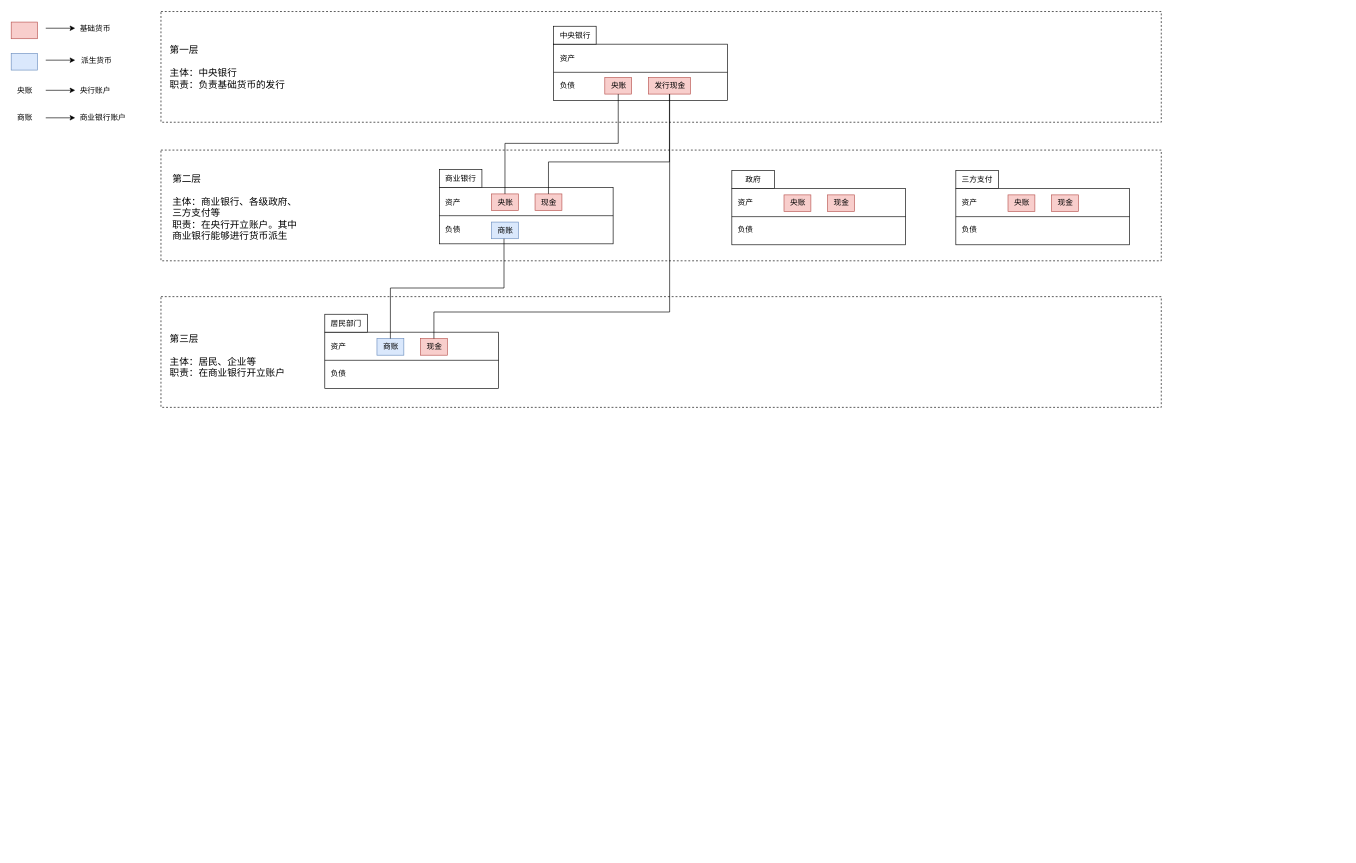
Above: 信用货币体系.drawio in AngLI1992/draw.io (draw.io), before the change. Source tidied: cells renumbered, new cells numbered last; positions are measured from the earlier drawing's top-left corner, leaving out a move shared by most shapes. Both pictures are drawn from the tidied source at 64%, with x=0, y=0 at pixel (11, 12).
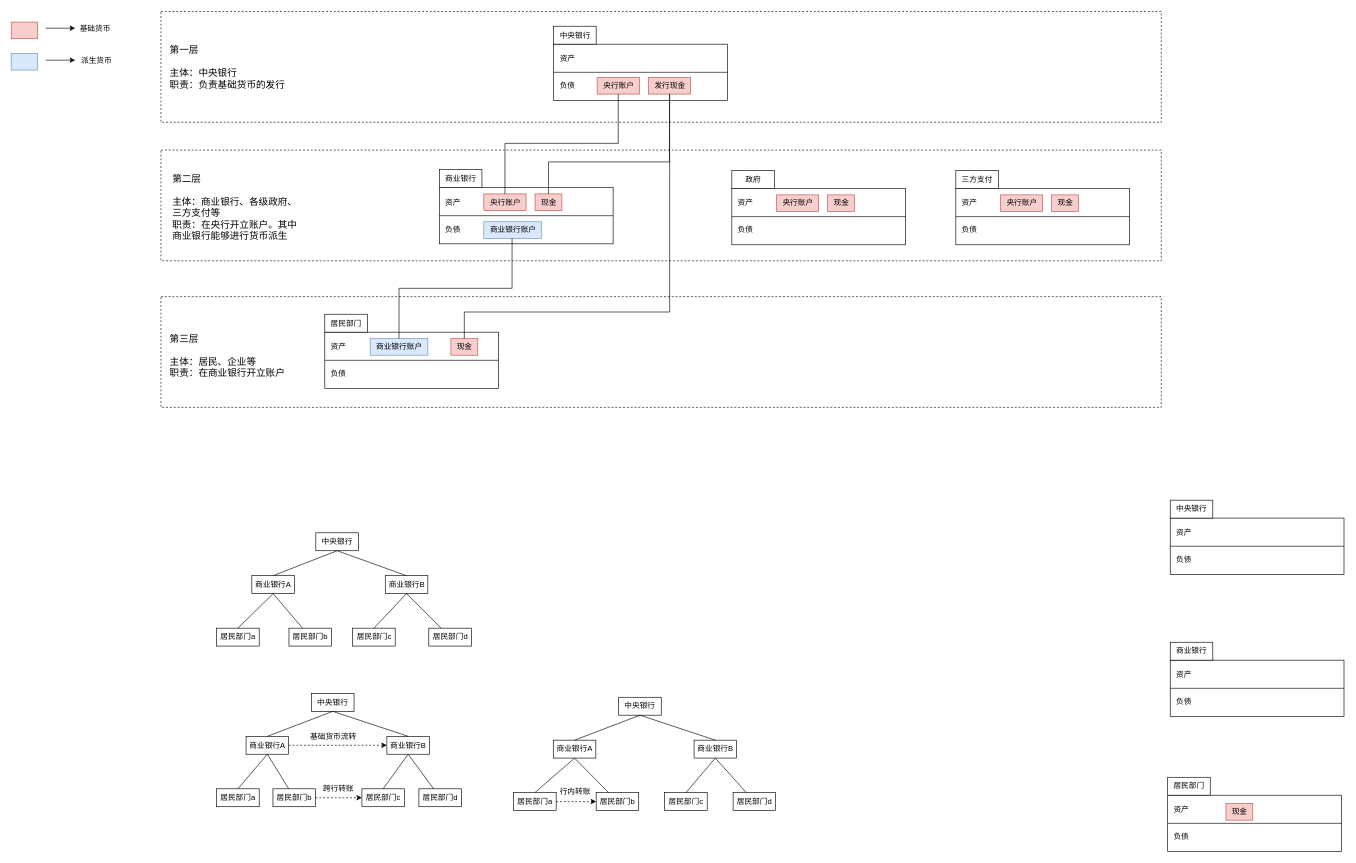
The same page after the edit.

Commit message (it also covers changes not shown here):
更新信用货币体系.drawio

The change refers to these unchanged cells:
```xml
<mxCell id="19" value="发行现金" style="text;html=1;align=center;verticalAlign=middle;points=[];strokeColor=#b85450;fillColor=#f8cecc;" parent="1" vertex="1">
  <mxGeometry x="995.5" y="102.5" width="66" height="26" as="geometry" />
</mxCell>
```

The edit, as a diff of the source:
```diff
@@
-    <mxCell id="10" value="央账" style="text;html=1;align=center;verticalAlign=middle;points=[];strokeColor=#b85450;fillColor=#f8cecc;" parent="1" vertex="1">
-      <mxGeometry x="750.5" y="284.5" width="42" height="26" as="geometry" />
+    <mxCell id="10" value="央行账户" style="text;html=1;align=center;verticalAlign=middle;points=[];strokeColor=#b85450;fillColor=#f8cecc;" parent="1" vertex="1">
+      <mxGeometry x="738.5" y="284.5" width="66" height="26" as="geometry" />
     </mxCell>
@@
-    <mxCell id="12" value="商账" style="text;html=1;align=center;verticalAlign=middle;points=[];strokeColor=#6c8ebf;fillColor=#dae8fc;" parent="1" vertex="1">
-      <mxGeometry x="750.5" y="328.5" width="42" height="26" as="geometry" />
+    <mxCell id="12" value="商业银行账户" style="text;html=1;align=center;verticalAlign=middle;points=[];strokeColor=#6c8ebf;fillColor=#dae8fc;" parent="1" vertex="1">
+      <mxGeometry x="738.5" y="328" width="90" height="26" as="geometry" />
     </mxCell>
@@
-    <mxCell id="18" value="央账" style="text;html=1;align=center;verticalAlign=middle;points=[];strokeColor=#b85450;fillColor=#f8cecc;" parent="1" vertex="1">
-      <mxGeometry x="927.5" y="102.5" width="42" height="26" as="geometry" />
+    <mxCell id="18" value="央行账户" style="text;html=1;align=center;verticalAlign=middle;points=[];strokeColor=#b85450;fillColor=#f8cecc;" parent="1" vertex="1">
+      <mxGeometry x="915.5" y="102.5" width="66" height="26" as="geometry" />
     </mxCell>
@@
-    <mxCell id="27" value="商账" style="text;html=1;align=center;verticalAlign=middle;points=[];strokeColor=#6c8ebf;fillColor=#dae8fc;" parent="1" vertex="1">
-      <mxGeometry x="571.5" y="510.5" width="42" height="26" as="geometry" />
+    <mxCell id="27" value="商业银行账户" style="text;html=1;align=center;verticalAlign=middle;points=[];strokeColor=#6c8ebf;fillColor=#dae8fc;" parent="1" vertex="1">
+      <mxGeometry x="561" y="510.5" width="90" height="26" as="geometry" />
     </mxCell>
     <mxCell id="28" value="现金" style="text;html=1;align=center;verticalAlign=middle;points=[];strokeColor=#b85450;fillColor=#f8cecc;" parent="1" vertex="1">
-      <mxGeometry x="639.5" y="510.5" width="42" height="26" as="geometry" />
+      <mxGeometry x="687" y="510.5" width="42" height="26" as="geometry" />
     </mxCell>
-    <mxCell id="29" style="edgeStyle=orthogonalEdgeStyle;rounded=0;jettySize=auto;html=1;startArrow=none;startFill=0;endArrow=none;endFill=0;" parent="1" edge="1" source="27">
+    <mxCell id="29" style="edgeStyle=orthogonalEdgeStyle;rounded=0;jettySize=auto;html=1;startArrow=none;startFill=0;endArrow=none;endFill=0;entryX=0.49;entryY=0.987;entryDx=0;entryDy=0;entryPerimeter=0;" parent="1" edge="1" source="27" target="12">
       <mxGeometry relative="1" as="geometry">
-        <mxPoint x="770" y="354.5" as="targetPoint" />
         <Array as="points">
-          <mxPoint x="592.5" y="431.5" />
-          <mxPoint x="769.5" y="431.5" />
+          <mxPoint x="606" y="432" />
+          <mxPoint x="783" y="432" />
         </Array>
       </mxGeometry>
     </mxCell>
     <mxCell id="30" style="edgeStyle=orthogonalEdgeStyle;rounded=0;jettySize=auto;html=1;entryX=0.505;entryY=1;entryDx=0;entryDy=0;entryPerimeter=0;endArrow=none;endFill=0;" parent="1" edge="1" source="28" target="19">
       <mxGeometry relative="1" as="geometry">
         <Array as="points">
-          <mxPoint x="661" y="469" />
+          <mxPoint x="708" y="469" />
           <mxPoint x="1029" y="469" />
         </Array>
       </mxGeometry>
     </mxCell>
@@
-    <mxCell id="40" value="央账" style="text;html=1;align=center;verticalAlign=middle;strokeColor=#b85450;fillColor=#f8cecc;" parent="1" vertex="1">
-      <mxGeometry x="1207.5" y="286" width="42" height="26" as="geometry" />
+    <mxCell id="40" value="央行账户" style="text;html=1;align=center;verticalAlign=middle;strokeColor=#b85450;fillColor=#f8cecc;" parent="1" vertex="1">
+      <mxGeometry x="1195.5" y="286" width="66" height="26" as="geometry" />
     </mxCell>
@@
-    <mxCell id="47" value="央账" style="text;html=1;align=center;verticalAlign=middle;strokeColor=#b85450;fillColor=#f8cecc;" parent="1" vertex="1">
-      <mxGeometry x="1557.5" y="286" width="42" height="26" as="geometry" />
+    <mxCell id="47" value="央行账户" style="text;html=1;align=center;verticalAlign=middle;strokeColor=#b85450;fillColor=#f8cecc;" parent="1" vertex="1">
+      <mxGeometry x="1545.5" y="286" width="66" height="26" as="geometry" />
     </mxCell>
@@
-    <mxCell id="52" value="央账" style="text;html=1;align=center;verticalAlign=middle;strokeColor=none;fillColor=none;" parent="1" vertex="1">
-      <mxGeometry y="110" width="42" height="26" as="geometry" />
-    </mxCell>
-    <mxCell id="53" value="央行账户" style="text;html=1;align=center;verticalAlign=middle;strokeColor=none;fillColor=none;" parent="1" vertex="1">
-      <mxGeometry x="98" y="110" width="66" height="26" as="geometry" />
-    </mxCell>
-    <mxCell id="54" value="商账" style="text;html=1;align=center;verticalAlign=middle;strokeColor=none;fillColor=none;" parent="1" vertex="1">
-      <mxGeometry y="153" width="42" height="26" as="geometry" />
-    </mxCell>
-    <mxCell id="55" value="商业银行账户" style="text;html=1;align=center;verticalAlign=middle;strokeColor=none;fillColor=none;" parent="1" vertex="1">
-      <mxGeometry x="98" y="153" width="90" height="26" as="geometry" />
-    </mxCell>
-    <mxCell id="56" style="endArrow=classic;html=1;rounded=0;" parent="1" edge="1">
-      <mxGeometry relative="1" as="geometry">
-        <mxPoint x="54" y="165.6" as="sourcePoint" />
-        <mxPoint x="100" y="165.6" as="targetPoint" />
-      </mxGeometry>
-    </mxCell>
-    <mxCell id="57" style="endArrow=classic;html=1;rounded=0;" parent="1" edge="1">
-      <mxGeometry relative="1" as="geometry">
-        <mxPoint x="54" y="122.6" as="sourcePoint" />
-        <mxPoint x="100" y="122.6" as="targetPoint" />
-      </mxGeometry>
-    </mxCell>
@@
+    <mxCell id="60" value="中央银行" style="rounded=0;whiteSpace=wrap;html=1;" parent="1" vertex="1">
+      <mxGeometry x="476" y="814" width="66.5" height="28" as="geometry" />
+    </mxCell>
+    <mxCell id="61" value="商业银行A" style="rounded=0;whiteSpace=wrap;html=1;" parent="1" vertex="1">
+      <mxGeometry x="376" y="881" width="66.5" height="28" as="geometry" />
+    </mxCell>
+    <mxCell id="62" value="居民部门a" style="rounded=0;whiteSpace=wrap;html=1;" parent="1" vertex="1">
+      <mxGeometry x="321" y="963" width="66.5" height="28" as="geometry" />
+    </mxCell>
+    <mxCell id="63" style="endArrow=none;html=1;rounded=0;exitX=0.5;exitY=0;exitDx=0;exitDy=0;entryX=0.5;entryY=1;entryDx=0;entryDy=0;" parent="1" edge="1" source="61" target="60">
+      <mxGeometry relative="1" as="geometry" />
+    </mxCell>
+    <mxCell id="64" style="endArrow=none;html=1;rounded=0;entryX=0.5;entryY=1;entryDx=0;entryDy=0;exitX=0.5;exitY=0;exitDx=0;exitDy=0;" parent="1" edge="1" source="62" target="61">
+      <mxGeometry relative="1" as="geometry" />
+    </mxCell>
+    <mxCell id="65" value="居民部门b" style="rounded=0;whiteSpace=wrap;html=1;" parent="1" vertex="1">
+      <mxGeometry x="434" y="963" width="66.5" height="28" as="geometry" />
+    </mxCell>
+    <mxCell id="66" style="endArrow=none;html=1;rounded=0;entryX=0.5;entryY=1;entryDx=0;entryDy=0;" parent="1" edge="1" source="65" target="61">
+      <mxGeometry relative="1" as="geometry" />
+    </mxCell>
+    <mxCell id="67" value="商业银行B" style="rounded=0;whiteSpace=wrap;html=1;" parent="1" vertex="1">
+      <mxGeometry x="584.5" y="881" width="66.5" height="28" as="geometry" />
+    </mxCell>
+    <mxCell id="68" value="居民部门c" style="rounded=0;whiteSpace=wrap;html=1;" parent="1" vertex="1">
+      <mxGeometry x="533.5" y="963" width="66.5" height="28" as="geometry" />
+    </mxCell>
+    <mxCell id="69" style="endArrow=none;html=1;rounded=0;exitX=0.5;exitY=0;exitDx=0;exitDy=0;entryX=0.5;entryY=1;entryDx=0;entryDy=0;" parent="1" edge="1" source="67" target="60">
+      <mxGeometry relative="1" as="geometry" />
+    </mxCell>
+    <mxCell id="70" style="endArrow=none;html=1;rounded=0;entryX=0.5;entryY=1;entryDx=0;entryDy=0;exitX=0.5;exitY=0;exitDx=0;exitDy=0;" parent="1" edge="1" source="68" target="67">
+      <mxGeometry relative="1" as="geometry" />
+    </mxCell>
+    <mxCell id="71" value="居民部门d" style="rounded=0;whiteSpace=wrap;html=1;" parent="1" vertex="1">
+      <mxGeometry x="652.5" y="963" width="66.5" height="28" as="geometry" />
+    </mxCell>
+    <mxCell id="72" style="endArrow=none;html=1;rounded=0;entryX=0.5;entryY=1;entryDx=0;entryDy=0;" parent="1" edge="1" source="71" target="67">
+      <mxGeometry relative="1" as="geometry" />
+    </mxCell>
+    <mxCell id="73" value="中央银行" style="rounded=0;whiteSpace=wrap;html=1;" parent="1" vertex="1">
+      <mxGeometry x="469.2" y="1065" width="66.5" height="28" as="geometry" />
+    </mxCell>
+    <mxCell id="74" style="edgeStyle=orthogonalEdgeStyle;rounded=0;jettySize=auto;html=1;exitX=1;exitY=0.5;exitDx=0;exitDy=0;dashed=1;" parent="1" edge="1" source="75" target="81">
+      <mxGeometry relative="1" as="geometry" />
+    </mxCell>
+    <mxCell id="75" value="商业银行A" style="rounded=0;whiteSpace=wrap;html=1;" parent="1" vertex="1">
+      <mxGeometry x="367" y="1132" width="66.5" height="28" as="geometry" />
+    </mxCell>
+    <mxCell id="76" value="居民部门a" style="rounded=0;whiteSpace=wrap;html=1;" parent="1" vertex="1">
+      <mxGeometry x="321" y="1214" width="66.5" height="28" as="geometry" />
+    </mxCell>
+    <mxCell id="77" style="endArrow=none;html=1;rounded=0;exitX=0.5;exitY=0;exitDx=0;exitDy=0;entryX=0.5;entryY=1;entryDx=0;entryDy=0;" parent="1" edge="1" source="75" target="73">
+      <mxGeometry relative="1" as="geometry" />
+    </mxCell>
+    <mxCell id="78" style="endArrow=none;html=1;rounded=0;entryX=0.5;entryY=1;entryDx=0;entryDy=0;exitX=0.5;exitY=0;exitDx=0;exitDy=0;" parent="1" edge="1" source="76" target="75">
+      <mxGeometry relative="1" as="geometry" />
+    </mxCell>
+    <mxCell id="79" value="居民部门b" style="rounded=0;whiteSpace=wrap;html=1;" parent="1" vertex="1">
+      <mxGeometry x="409" y="1214" width="66.5" height="28" as="geometry" />
+    </mxCell>
+    <mxCell id="80" style="endArrow=none;html=1;rounded=0;entryX=0.5;entryY=1;entryDx=0;entryDy=0;" parent="1" edge="1" source="79" target="75">
+      <mxGeometry relative="1" as="geometry" />
+    </mxCell>
+    <mxCell id="81" value="商业银行B" style="rounded=0;whiteSpace=wrap;html=1;" parent="1" vertex="1">
+      <mxGeometry x="587" y="1132" width="66.5" height="28" as="geometry" />
+    </mxCell>
+    <mxCell id="82" value="居民部门c" style="rounded=0;whiteSpace=wrap;html=1;" parent="1" vertex="1">
+      <mxGeometry x="548" y="1214" width="66.5" height="28" as="geometry" />
+    </mxCell>
+    <mxCell id="83" style="endArrow=none;html=1;rounded=0;exitX=0.5;exitY=0;exitDx=0;exitDy=0;entryX=0.5;entryY=1;entryDx=0;entryDy=0;" parent="1" edge="1" source="81" target="73">
+      <mxGeometry relative="1" as="geometry" />
+    </mxCell>
+    <mxCell id="84" style="endArrow=none;html=1;rounded=0;entryX=0.5;entryY=1;entryDx=0;entryDy=0;exitX=0.5;exitY=0;exitDx=0;exitDy=0;" parent="1" edge="1" source="82" target="81">
+      <mxGeometry relative="1" as="geometry" />
+    </mxCell>
+    <mxCell id="85" value="居民部门d" style="rounded=0;whiteSpace=wrap;html=1;" parent="1" vertex="1">
+      <mxGeometry x="637" y="1214" width="66.5" height="28" as="geometry" />
+    </mxCell>
+    <mxCell id="86" style="endArrow=none;html=1;rounded=0;entryX=0.5;entryY=1;entryDx=0;entryDy=0;" parent="1" edge="1" source="85" target="81">
+      <mxGeometry relative="1" as="geometry" />
+    </mxCell>
+    <mxCell id="87" value="基础货币流转" style="text;html=1;align=center;verticalAlign=middle;strokeColor=none;fillColor=none;" parent="1" vertex="1">
+      <mxGeometry x="457.5" y="1120" width="90" height="26" as="geometry" />
+    </mxCell>
+    <mxCell id="88" style="edgeStyle=orthogonalEdgeStyle;rounded=0;jettySize=auto;html=1;exitX=1;exitY=0.5;exitDx=0;exitDy=0;dashed=1;entryX=0;entryY=0.5;entryDx=0;entryDy=0;" parent="1" edge="1" source="79" target="82">
+      <mxGeometry relative="1" as="geometry" />
+    </mxCell>
+    <mxCell id="89" value="跨行转账" style="text;html=1;align=center;verticalAlign=middle;strokeColor=none;fillColor=none;" parent="1" vertex="1">
+      <mxGeometry x="478" y="1201" width="66" height="26" as="geometry" />
+    </mxCell>
+    <mxCell id="90" value="中央银行" style="rounded=0;whiteSpace=wrap;html=1;" parent="1" vertex="1">
+      <mxGeometry x="949.2" y="1071" width="66.5" height="28" as="geometry" />
+    </mxCell>
+    <mxCell id="91" value="商业银行A" style="rounded=0;whiteSpace=wrap;html=1;" parent="1" vertex="1">
+      <mxGeometry x="847" y="1138" width="66.5" height="28" as="geometry" />
+    </mxCell>
+    <mxCell id="92" style="edgeStyle=orthogonalEdgeStyle;rounded=0;jettySize=auto;html=1;exitX=1;exitY=0.5;exitDx=0;exitDy=0;entryX=0;entryY=0.5;entryDx=0;entryDy=0;dashed=1;" parent="1" edge="1" source="93" target="96">
+      <mxGeometry relative="1" as="geometry" />
+    </mxCell>
+    <mxCell id="93" value="居民部门a" style="rounded=0;whiteSpace=wrap;html=1;" parent="1" vertex="1">
+      <mxGeometry x="785" y="1220" width="66.5" height="28" as="geometry" />
+    </mxCell>
+    <mxCell id="94" style="endArrow=none;html=1;rounded=0;exitX=0.5;exitY=0;exitDx=0;exitDy=0;entryX=0.5;entryY=1;entryDx=0;entryDy=0;" parent="1" edge="1" source="91" target="90">
+      <mxGeometry relative="1" as="geometry" />
+    </mxCell>
+    <mxCell id="95" style="endArrow=none;html=1;rounded=0;entryX=0.5;entryY=1;entryDx=0;entryDy=0;exitX=0.5;exitY=0;exitDx=0;exitDy=0;" parent="1" edge="1" source="93" target="91">
+      <mxGeometry relative="1" as="geometry" />
+    </mxCell>
+    <mxCell id="96" value="居民部门b" style="rounded=0;whiteSpace=wrap;html=1;" parent="1" vertex="1">
+      <mxGeometry x="914" y="1220" width="66.5" height="28" as="geometry" />
+    </mxCell>
+    <mxCell id="97" style="endArrow=none;html=1;rounded=0;entryX=0.5;entryY=1;entryDx=0;entryDy=0;" parent="1" edge="1" source="96" target="91">
+      <mxGeometry relative="1" as="geometry" />
+    </mxCell>
+    <mxCell id="98" value="商业银行B" style="rounded=0;whiteSpace=wrap;html=1;" parent="1" vertex="1">
+      <mxGeometry x="1067" y="1138" width="66.5" height="28" as="geometry" />
+    </mxCell>
+    <mxCell id="99" value="居民部门c" style="rounded=0;whiteSpace=wrap;html=1;" parent="1" vertex="1">
+      <mxGeometry x="1021" y="1220" width="66.5" height="28" as="geometry" />
+    </mxCell>
+    <mxCell id="100" style="endArrow=none;html=1;rounded=0;exitX=0.5;exitY=0;exitDx=0;exitDy=0;entryX=0.5;entryY=1;entryDx=0;entryDy=0;" parent="1" edge="1" source="98" target="90">
+      <mxGeometry relative="1" as="geometry" />
+    </mxCell>
+    <mxCell id="101" style="endArrow=none;html=1;rounded=0;entryX=0.5;entryY=1;entryDx=0;entryDy=0;exitX=0.5;exitY=0;exitDx=0;exitDy=0;" parent="1" edge="1" source="99" target="98">
+      <mxGeometry relative="1" as="geometry" />
+    </mxCell>
+    <mxCell id="102" value="居民部门d" style="rounded=0;whiteSpace=wrap;html=1;" parent="1" vertex="1">
+      <mxGeometry x="1128" y="1220" width="66.5" height="28" as="geometry" />
+    </mxCell>
+    <mxCell id="103" style="endArrow=none;html=1;rounded=0;entryX=0.5;entryY=1;entryDx=0;entryDy=0;" parent="1" edge="1" source="102" target="98">
+      <mxGeometry relative="1" as="geometry" />
+    </mxCell>
+    <mxCell id="104" value="行内转账" style="text;html=1;align=center;verticalAlign=middle;strokeColor=none;fillColor=none;" parent="1" vertex="1">
+      <mxGeometry x="848" y="1206" width="66" height="26" as="geometry" />
+    </mxCell>
+    <mxCell id="105" style="rounded=0;whiteSpace=wrap;html=1;" parent="1" vertex="1">
+      <mxGeometry x="1811" y="1013" width="271.5" height="88" as="geometry" />
+    </mxCell>
+    <mxCell id="106" value="商业银行" style="rounded=0;whiteSpace=wrap;html=1;" parent="1" vertex="1">
+      <mxGeometry x="1811" y="985" width="66.5" height="28" as="geometry" />
+    </mxCell>
+    <mxCell id="107" style="endArrow=none;html=1;rounded=0;exitX=0;exitY=0.5;exitDx=0;exitDy=0;entryX=1;entryY=0.5;entryDx=0;entryDy=0;" parent="1" edge="1" source="105" target="105">
+      <mxGeometry relative="1" as="geometry" />
+    </mxCell>
+    <mxCell id="108" value="资产" style="text;html=1;align=center;verticalAlign=middle;strokeColor=none;fillColor=none;" parent="1" vertex="1">
+      <mxGeometry x="1811" y="1023" width="42" height="26" as="geometry" />
+    </mxCell>
+    <mxCell id="109" value="负债" style="text;html=1;align=center;verticalAlign=middle;strokeColor=none;fillColor=none;" parent="1" vertex="1">
+      <mxGeometry x="1811" y="1065" width="42" height="26" as="geometry" />
+    </mxCell>
+    <mxCell id="110" style="rounded=0;whiteSpace=wrap;html=1;" parent="1" vertex="1">
+      <mxGeometry x="1811" y="791" width="271.5" height="88" as="geometry" />
+    </mxCell>
+    <mxCell id="111" value="中央银行" style="rounded=0;whiteSpace=wrap;html=1;" parent="1" vertex="1">
+      <mxGeometry x="1811" y="763" width="66.5" height="28" as="geometry" />
+    </mxCell>
+    <mxCell id="112" style="endArrow=none;html=1;rounded=0;exitX=0;exitY=0.5;exitDx=0;exitDy=0;entryX=1;entryY=0.5;entryDx=0;entryDy=0;" parent="1" edge="1" source="110" target="110">
+      <mxGeometry relative="1" as="geometry" />
+    </mxCell>
+    <mxCell id="113" value="资产" style="text;html=1;align=center;verticalAlign=middle;strokeColor=none;fillColor=none;" parent="1" vertex="1">
+      <mxGeometry x="1811" y="801" width="42" height="26" as="geometry" />
+    </mxCell>
+    <mxCell id="114" value="负债" style="text;html=1;align=center;verticalAlign=middle;strokeColor=none;fillColor=none;" parent="1" vertex="1">
+      <mxGeometry x="1811" y="843" width="42" height="26" as="geometry" />
+    </mxCell>
+    <mxCell id="115" style="rounded=0;whiteSpace=wrap;html=1;" parent="1" vertex="1">
+      <mxGeometry x="1807" y="1224" width="271.5" height="88" as="geometry" />
+    </mxCell>
+    <mxCell id="116" value="居民部门" style="rounded=0;whiteSpace=wrap;html=1;" parent="1" vertex="1">
+      <mxGeometry x="1807" y="1196" width="66.5" height="28" as="geometry" />
+    </mxCell>
+    <mxCell id="117" style="endArrow=none;html=1;rounded=0;exitX=0;exitY=0.5;exitDx=0;exitDy=0;entryX=1;entryY=0.5;entryDx=0;entryDy=0;" parent="1" edge="1" source="115" target="115">
+      <mxGeometry relative="1" as="geometry" />
+    </mxCell>
+    <mxCell id="118" value="资产" style="text;html=1;align=center;verticalAlign=middle;strokeColor=none;fillColor=none;" parent="1" vertex="1">
+      <mxGeometry x="1807" y="1234" width="42" height="26" as="geometry" />
+    </mxCell>
+    <mxCell id="119" value="负债" style="text;html=1;align=center;verticalAlign=middle;strokeColor=none;fillColor=none;" parent="1" vertex="1">
+      <mxGeometry x="1807" y="1276" width="42" height="26" as="geometry" />
+    </mxCell>
+    <mxCell id="120" value="现金" style="text;html=1;align=center;verticalAlign=middle;strokeColor=#b85450;fillColor=#f8cecc;" parent="1" vertex="1">
+      <mxGeometry x="1898" y="1237" width="42" height="26" as="geometry" />
+    </mxCell>
```
